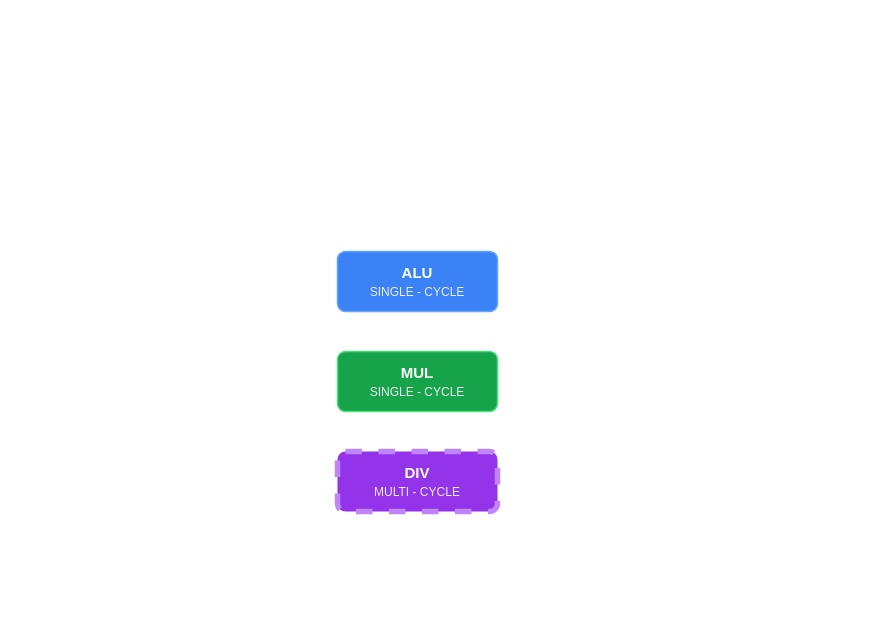
The draw.io diagram images/drawio/ex_stage.drawio in marcobenkler/riscv-cpu, before the edit. Source tidied: cells renumbered, new cells numbered last; positions are measured from the earlier drawing's top-left corner, leaving out a move shared by most shapes. Both pictures are drawn from the tidied source at 100%, with x=0, y=0 at pixel (337, 251).
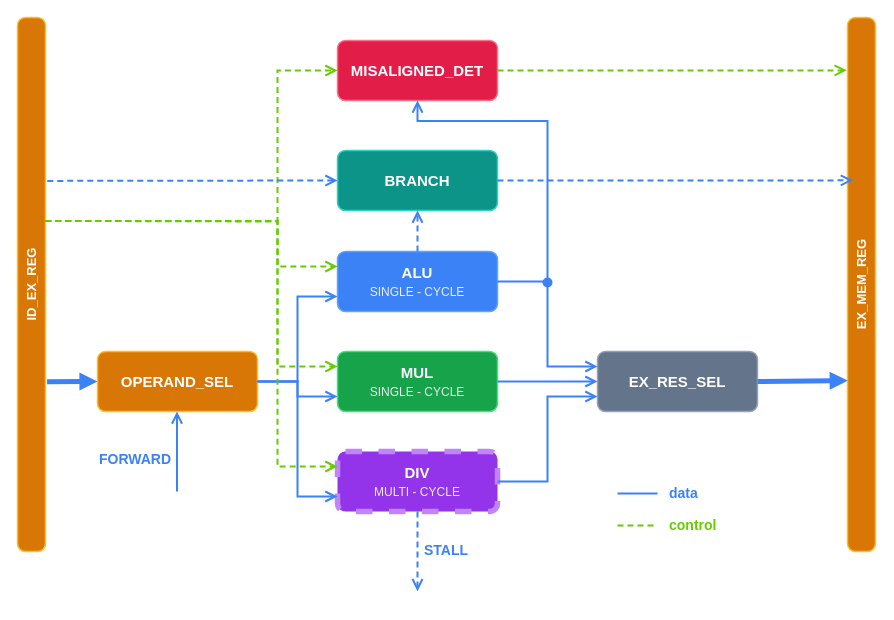
The same page after the edit.

The change refers to these unchanged cells:
```xml
<mxCell id="2" value="&lt;b style=&quot;color: rgb(255, 255, 255);&quot;&gt;ALU&lt;/b&gt;&lt;br&gt;&lt;span style=&quot;font-size: 12px; color: rgb(237, 237, 240);&quot;&gt;SINGLE - CYCLE&lt;/span&gt;" style="rounded=1;absoluteArcSize=1;arcSize=16;whiteSpace=wrap;html=1;fillColor=#3B82F6;strokeColor=#60A5FA;strokeWidth=1.5;fontColor=#FFFFFF;fontFamily=Helvetica;fontSize=15;spacing=6;" parent="1" vertex="1">
  <mxGeometry width="160" height="60" as="geometry" />
</mxCell>
<mxCell id="3" value="&lt;b style=&quot;color: rgb(255, 255, 255);&quot;&gt;MUL&lt;/b&gt;&lt;br&gt;&lt;span style=&quot;font-size: 12px; color: rgb(237, 237, 240);&quot;&gt;SINGLE - CYCLE&lt;/span&gt;" style="rounded=1;absoluteArcSize=1;arcSize=16;whiteSpace=wrap;html=1;fillColor=#16A34A;strokeColor=#4ADE80;strokeWidth=1.5;fontColor=#FFFFFF;fontFamily=Helvetica;fontSize=15;spacing=6;" parent="1" vertex="1">
  <mxGeometry y="100" width="160" height="60" as="geometry" />
</mxCell>
<mxCell id="4" value="&lt;b style=&quot;color: rgb(255, 255, 255);&quot;&gt;DIV&lt;/b&gt;&lt;br&gt;&lt;span style=&quot;font-size: 12px; color: rgb(237, 237, 240);&quot;&gt;MULTI - CYCLE&lt;/span&gt;" style="rounded=1;absoluteArcSize=1;arcSize=16;whiteSpace=wrap;html=1;fillColor=#9333EA;strokeColor=#C084FC;strokeWidth=5.5;fontColor=#FFFFFF;fontFamily=Helvetica;fontSize=15;spacing=6;dashed=1;perimeterSpacing=0;" parent="1" vertex="1">
  <mxGeometry y="200" width="160" height="60" as="geometry" />
</mxCell>
```

What changed in the source:
```diff
@@
+    <mxCell id="5" value="&lt;b style=&quot;color: rgb(255, 255, 255);&quot;&gt;OPERAND_SEL&lt;/b&gt;" style="rounded=1;absoluteArcSize=1;arcSize=16;whiteSpace=wrap;html=1;fillColor=#D97706;strokeColor=#FBBF24;strokeWidth=1.5;fontColor=#FFFFFF;fontFamily=Helvetica;fontSize=15;spacing=6;" parent="1" vertex="1">
+      <mxGeometry x="-240" y="100" width="160" height="60" as="geometry" />
+    </mxCell>
+    <mxCell id="6" style="html=1;rounded=0;strokeColor=#3B82F6;strokeWidth=2;endArrow=open;endSize=8;fontFamily=Helvetica;fontSize=13;fontStyle=1;fontColor=#3B82F6;labelBackgroundColor=none;exitX=1;exitY=0.5;exitDx=0;exitDy=0;entryX=0;entryY=0.75;entryDx=0;entryDy=0;edgeStyle=orthogonalEdgeStyle;" parent="1" edge="1" source="5" target="2">
+      <mxGeometry x="0.19" relative="1" as="geometry" />
+    </mxCell>
+    <mxCell id="7" style="html=1;rounded=0;strokeColor=#3B82F6;strokeWidth=2;endArrow=open;endSize=8;fontFamily=Helvetica;fontSize=13;fontStyle=1;fontColor=#3B82F6;labelBackgroundColor=none;exitX=1;exitY=0.5;exitDx=0;exitDy=0;entryX=0;entryY=0.75;entryDx=0;entryDy=0;edgeStyle=orthogonalEdgeStyle;" parent="1" edge="1" source="5" target="3">
+      <mxGeometry relative="1" as="geometry" />
+    </mxCell>
+    <mxCell id="8" style="html=1;rounded=0;strokeColor=#3B82F6;strokeWidth=2;endArrow=open;endSize=8;fontFamily=Helvetica;fontSize=13;fontStyle=1;fontColor=#3B82F6;labelBackgroundColor=none;exitX=1;exitY=0.5;exitDx=0;exitDy=0;entryX=0;entryY=0.75;entryDx=0;entryDy=0;edgeStyle=orthogonalEdgeStyle;" parent="1" edge="1" source="5" target="4">
+      <mxGeometry x="0.01" relative="1" as="geometry" />
+    </mxCell>
+    <mxCell id="9" value="&lt;b style=&quot;color: rgb(255, 255, 255);&quot;&gt;EX_RES_SEL&lt;/b&gt;" style="rounded=1;absoluteArcSize=1;arcSize=16;whiteSpace=wrap;html=1;fillColor=#64748B;strokeColor=#94A3B8;strokeWidth=1.5;fontColor=#FFFFFF;fontFamily=Helvetica;fontSize=15;spacing=6;" parent="1" vertex="1">
+      <mxGeometry x="260" y="100" width="160" height="60" as="geometry" />
+    </mxCell>
+    <mxCell id="10" style="html=1;rounded=0;strokeColor=#3B82F6;strokeWidth=2;endArrow=open;endSize=8;fontFamily=Helvetica;fontSize=13;fontStyle=1;fontColor=#3B82F6;labelBackgroundColor=none;exitX=1;exitY=0.5;exitDx=0;exitDy=0;entryX=0;entryY=0.25;entryDx=0;entryDy=0;edgeStyle=orthogonalEdgeStyle;" parent="1" edge="1" source="2" target="9">
+      <mxGeometry relative="1" as="geometry" />
+    </mxCell>
+    <mxCell id="11" style="html=1;rounded=0;strokeColor=#3B82F6;strokeWidth=2;endArrow=open;endSize=8;fontFamily=Helvetica;fontSize=13;fontStyle=1;fontColor=#3B82F6;labelBackgroundColor=none;exitX=1;exitY=0.5;exitDx=0;exitDy=0;entryX=0;entryY=0.5;entryDx=0;entryDy=0;" parent="1" edge="1" source="3" target="9">
+      <mxGeometry relative="1" as="geometry" />
+    </mxCell>
+    <mxCell id="12" style="html=1;rounded=0;strokeColor=#3B82F6;strokeWidth=2;endArrow=open;endSize=8;fontFamily=Helvetica;fontSize=13;fontStyle=1;fontColor=#3B82F6;labelBackgroundColor=none;exitX=1;exitY=0.5;exitDx=0;exitDy=0;entryX=0;entryY=0.75;entryDx=0;entryDy=0;edgeStyle=orthogonalEdgeStyle;" parent="1" edge="1" source="4" target="9">
+      <mxGeometry relative="1" as="geometry" />
+    </mxCell>
+    <mxCell id="13" style="html=1;rounded=0;strokeColor=#3B82F6;strokeWidth=2;endArrow=open;endSize=8;fontFamily=Helvetica;fontSize=13;fontStyle=1;fontColor=#3B82F6;labelBackgroundColor=none;endArrow=none;" parent="1" edge="1">
+      <mxGeometry relative="1" as="geometry">
+        <mxPoint x="280" y="242" as="sourcePoint" />
+        <mxPoint x="320" y="242" as="targetPoint" />
+      </mxGeometry>
+    </mxCell>
+    <mxCell id="14" value="&lt;b style=&quot;color: rgb(59, 130, 246);&quot;&gt;data&lt;/b&gt;" style="text;html=1;fontColor=#3B82F6;fontFamily=Helvetica;align=left;verticalAlign=middle;fontSize=14;" parent="1" vertex="1">
+      <mxGeometry x="330" y="230" width="40" height="24" as="geometry" />
+    </mxCell>
+    <mxCell id="15" style="html=1;rounded=0;strokeColor=#66CC00;strokeWidth=2;endArrow=open;endSize=8;fontFamily=Helvetica;fontSize=13;fontStyle=1;fontColor=#3B82F6;labelBackgroundColor=none;endArrow=none;dashed=1;dashPattern=3 2;" parent="1" edge="1">
+      <mxGeometry relative="1" as="geometry">
+        <mxPoint x="280" y="274" as="sourcePoint" />
+        <mxPoint x="320" y="274" as="targetPoint" />
+      </mxGeometry>
+    </mxCell>
+    <mxCell id="16" value="&lt;b style=&quot;color: rgb(102, 204, 0);&quot;&gt;control&lt;/b&gt;" style="text;html=1;fontColor=#3B82F6;fontFamily=Helvetica;align=left;verticalAlign=middle;fontSize=14;" parent="1" vertex="1">
+      <mxGeometry x="330" y="262" width="60" height="24" as="geometry" />
+    </mxCell>
+    <mxCell id="17" value="&lt;b style=&quot;color: rgb(255, 255, 255);&quot;&gt;MISALIGNED_DET&lt;/b&gt;" style="rounded=1;absoluteArcSize=1;arcSize=16;whiteSpace=wrap;html=1;fillColor=#E11D48;strokeColor=#FB7185;strokeWidth=1.5;fontColor=#FFFFFF;fontFamily=Helvetica;fontSize=15;spacing=6;" parent="1" vertex="1">
+      <mxGeometry y="-211" width="160" height="60" as="geometry" />
+    </mxCell>
+    <mxCell id="18" style="html=1;rounded=0;strokeColor=#3B82F6;strokeWidth=2;endArrow=open;endSize=8;fontFamily=Helvetica;fontSize=13;fontStyle=1;fontColor=#3B82F6;labelBackgroundColor=none;entryX=0.5;entryY=1;entryDx=0;entryDy=0;edgeStyle=orthogonalEdgeStyle;" parent="1" edge="1" target="17">
+      <mxGeometry relative="1" as="geometry">
+        <mxPoint x="210" y="30" as="sourcePoint" />
+        <Array as="points">
+          <mxPoint x="210" y="-130.6" />
+          <mxPoint x="80" y="-130.6" />
+        </Array>
+      </mxGeometry>
+    </mxCell>
+    <mxCell id="19" style="ellipse;whiteSpace=wrap;html=1;shapeInside=1;fillColor=#3B82F6;strokeColor=none;" parent="1" vertex="1">
+      <mxGeometry x="205" y="26" width="10" height="10" as="geometry" />
+    </mxCell>
+    <mxCell id="20" value="&lt;b style=&quot;color: rgb(255, 255, 255);&quot;&gt;ID_EX_REG&lt;/b&gt;" style="rounded=1;absoluteArcSize=1;arcSize=16;whiteSpace=wrap;html=1;fillColor=#D97706;strokeColor=#FBBF24;strokeWidth=1.5;fontColor=#FFFFFF;fontFamily=Helvetica;fontSize=15;spacing=6;horizontal=0;fontSize=13;" parent="1" vertex="1">
+      <mxGeometry x="-320" y="-234" width="28" height="534" as="geometry" />
+    </mxCell>
+    <mxCell id="21" style="html=1;rounded=0;strokeColor=#3B82F6;strokeWidth=2;endArrow=open;endSize=8;fontFamily=Helvetica;fontSize=13;fontStyle=1;fontColor=#3B82F6;labelBackgroundColor=none;strokeWidth=5;endArrow=block;endSize=5;exitX=1.056;exitY=0.682;exitDx=0;exitDy=0;exitPerimeter=0;" parent="1" edge="1" source="20">
+      <mxGeometry relative="1" as="geometry">
+        <mxPoint x="-240" y="130" as="targetPoint" />
+      </mxGeometry>
+    </mxCell>
+    <mxCell id="22" style="html=1;rounded=0;strokeColor=#66CC00;strokeWidth=2;endArrow=open;endSize=8;fontFamily=Helvetica;fontSize=13;fontStyle=1;fontColor=#3B82F6;labelBackgroundColor=none;dashed=1;dashPattern=3 2;exitX=0.998;exitY=0.381;exitDx=0;exitDy=0;entryX=0;entryY=0.5;entryDx=0;entryDy=0;edgeStyle=orthogonalEdgeStyle;exitPerimeter=0;" parent="1" edge="1" source="20" target="17">
+      <mxGeometry x="-0.21" relative="1" as="geometry">
+        <Array as="points">
+          <mxPoint x="-60" y="-30.5" />
+          <mxPoint x="-60" y="-181" />
+        </Array>
+      </mxGeometry>
+    </mxCell>
+    <mxCell id="23" style="html=1;rounded=0;strokeColor=#66CC00;strokeWidth=2;endArrow=open;endSize=8;fontFamily=Helvetica;fontSize=13;fontStyle=1;fontColor=#3B82F6;labelBackgroundColor=none;dashed=1;dashPattern=3 2;edgeStyle=orthogonalEdgeStyle;entryX=0;entryY=0.25;entryDx=0;entryDy=0;" parent="1" edge="1" target="2">
+      <mxGeometry x="-0.2" relative="1" as="geometry">
+        <mxPoint x="-292.2" y="-30.6" as="sourcePoint" />
+        <Array as="points">
+          <mxPoint x="-290.5" y="-30" />
+          <mxPoint x="-60" y="-30" />
+          <mxPoint x="-60" y="15" />
+        </Array>
+      </mxGeometry>
+    </mxCell>
+    <mxCell id="24" style="html=1;rounded=0;strokeColor=#66CC00;strokeWidth=2;endArrow=open;endSize=8;fontFamily=Helvetica;fontSize=13;fontStyle=1;fontColor=#3B82F6;labelBackgroundColor=none;dashed=1;dashPattern=3 2;exitX=0.976;exitY=0.381;exitDx=0;exitDy=0;entryX=0;entryY=0.25;entryDx=0;entryDy=0;edgeStyle=orthogonalEdgeStyle;exitPerimeter=0;" parent="1" edge="1" source="20" target="3">
+      <mxGeometry relative="1" as="geometry">
+        <Array as="points">
+          <mxPoint x="-60" y="-30.5" />
+          <mxPoint x="-60" y="115" />
+        </Array>
+      </mxGeometry>
+    </mxCell>
+    <mxCell id="25" style="html=1;rounded=0;strokeColor=#66CC00;strokeWidth=2;endArrow=open;endSize=8;fontFamily=Helvetica;fontSize=13;fontStyle=1;fontColor=#3B82F6;labelBackgroundColor=none;dashed=1;dashPattern=3 2;exitX=0.989;exitY=0.381;exitDx=0;exitDy=0;edgeStyle=orthogonalEdgeStyle;entryX=0;entryY=0.25;entryDx=0;entryDy=0;exitPerimeter=0;" parent="1" edge="1" source="20" target="4">
+      <mxGeometry x="-0.13" relative="1" as="geometry">
+        <Array as="points">
+          <mxPoint x="-60" y="-30.5" />
+          <mxPoint x="-60" y="215" />
+        </Array>
+      </mxGeometry>
+    </mxCell>
+    <mxCell id="26" value="&lt;b style=&quot;color: rgb(255, 255, 255);&quot;&gt;EX_MEM_REG&lt;/b&gt;" style="rounded=1;absoluteArcSize=1;arcSize=16;whiteSpace=wrap;html=1;fillColor=#D97706;strokeColor=#FBBF24;strokeWidth=1.5;fontColor=#FFFFFF;fontFamily=Helvetica;fontSize=15;spacing=6;horizontal=0;fontSize=13;" parent="1" vertex="1">
+      <mxGeometry x="510" y="-234" width="28" height="534" as="geometry" />
+    </mxCell>
+    <mxCell id="27" style="html=1;rounded=0;strokeColor=#3B82F6;strokeWidth=2;endArrow=open;endSize=8;fontFamily=Helvetica;fontSize=13;fontStyle=1;fontColor=#3B82F6;labelBackgroundColor=none;strokeWidth=5;endArrow=block;endSize=5;exitX=1;exitY=0.5;exitDx=0;exitDy=0;entryX=0.007;entryY=0.68;entryDx=0;entryDy=0;entryPerimeter=0;" parent="1" edge="1" source="9" target="26">
+      <mxGeometry relative="1" as="geometry" />
+    </mxCell>
+    <mxCell id="28" style="html=1;rounded=0;strokeColor=#66CC00;strokeWidth=2;endArrow=open;endSize=8;fontFamily=Helvetica;fontSize=13;fontStyle=1;fontColor=#3B82F6;labelBackgroundColor=none;dashed=1;dashPattern=3 2;exitX=1;exitY=0.5;exitDx=0;exitDy=0;edgeStyle=orthogonalEdgeStyle;entryX=-0.027;entryY=0.099;entryDx=0;entryDy=0;entryPerimeter=0;" parent="1" edge="1" source="17" target="26">
+      <mxGeometry x="0.64" relative="1" as="geometry">
+        <Array as="points">
+          <mxPoint x="467.4" y="-181" />
+        </Array>
+      </mxGeometry>
+    </mxCell>
+    <mxCell id="29" style="html=1;rounded=0;strokeColor=#3B82F6;strokeWidth=2;endArrow=open;endSize=8;fontFamily=Helvetica;fontSize=13;fontStyle=1;fontColor=#3B82F6;labelBackgroundColor=none;dashed=1;dashPattern=3 2;exitX=0.5;exitY=1;exitDx=0;exitDy=0;" parent="1" edge="1" source="4">
+      <mxGeometry relative="1" as="geometry">
+        <mxPoint x="80" y="339.7" as="targetPoint" />
+      </mxGeometry>
+    </mxCell>
+    <mxCell id="30" value="&lt;b style=&quot;color: rgb(59, 130, 246);&quot;&gt;STALL&lt;/b&gt;" style="text;html=1;fontColor=#3B82F6;fontFamily=Helvetica;align=left;verticalAlign=middle;fontSize=14;" parent="1" vertex="1">
+      <mxGeometry x="85" y="286" width="120" height="26" as="geometry" />
+    </mxCell>
+    <mxCell id="31" style="html=1;rounded=0;strokeColor=#3B82F6;strokeWidth=2;endArrow=open;endSize=8;fontFamily=Helvetica;fontSize=13;fontStyle=1;fontColor=#3B82F6;labelBackgroundColor=none;" parent="1" edge="1">
+      <mxGeometry relative="1" as="geometry">
+        <mxPoint x="-160.5" y="240" as="sourcePoint" />
+        <mxPoint x="-160.5" y="160" as="targetPoint" />
+      </mxGeometry>
+    </mxCell>
+    <mxCell id="32" value="&lt;b style=&quot;color: rgb(59, 130, 246);&quot;&gt;FORWARD&lt;/b&gt;" style="text;html=1;fontColor=#3B82F6;fontFamily=Helvetica;align=left;verticalAlign=middle;fontSize=14;" parent="1" vertex="1">
+      <mxGeometry x="-240" y="195" width="120" height="26" as="geometry" />
+    </mxCell>
+    <mxCell id="33" value="&lt;b style=&quot;color: rgb(255, 255, 255);&quot;&gt;BRANCH&lt;/b&gt;" style="rounded=1;absoluteArcSize=1;arcSize=16;whiteSpace=wrap;html=1;fillColor=#0D9488;strokeColor=#2DD4BF;strokeWidth=1.5;fontColor=#FFFFFF;fontFamily=Helvetica;fontSize=15;spacing=6;" parent="1" vertex="1">
+      <mxGeometry y="-101" width="160" height="60" as="geometry" />
+    </mxCell>
+    <mxCell id="34" style="html=1;rounded=0;strokeColor=#3B82F6;strokeWidth=2;endArrow=open;endSize=8;fontFamily=Helvetica;fontSize=13;fontStyle=1;fontColor=#3B82F6;labelBackgroundColor=none;dashed=1;dashPattern=3 2;entryX=0;entryY=0.5;entryDx=0;entryDy=0;exitX=1.064;exitY=0.306;exitDx=0;exitDy=0;exitPerimeter=0;" parent="1" edge="1" source="20" target="33">
+      <mxGeometry relative="1" as="geometry" />
+    </mxCell>
+    <mxCell id="35" style="html=1;rounded=0;strokeColor=#3B82F6;strokeWidth=2;endArrow=open;endSize=8;fontFamily=Helvetica;fontSize=13;fontStyle=1;fontColor=#3B82F6;labelBackgroundColor=none;dashed=1;dashPattern=3 2;exitX=1;exitY=0.5;exitDx=0;exitDy=0;entryX=0.194;entryY=0.305;entryDx=0;entryDy=0;entryPerimeter=0;" parent="1" edge="1" source="33" target="26">
+      <mxGeometry relative="1" as="geometry" />
+    </mxCell>
+    <mxCell id="36" style="html=1;rounded=0;strokeColor=#3B82F6;strokeWidth=2;endArrow=open;endSize=8;fontFamily=Helvetica;fontSize=13;fontStyle=1;fontColor=#3B82F6;labelBackgroundColor=none;dashed=1;dashPattern=3 2;exitX=0.5;exitY=0;exitDx=0;exitDy=0;entryX=0.5;entryY=1;entryDx=0;entryDy=0;" parent="1" edge="1" source="2" target="33">
+      <mxGeometry relative="1" as="geometry" />
+    </mxCell>
```
